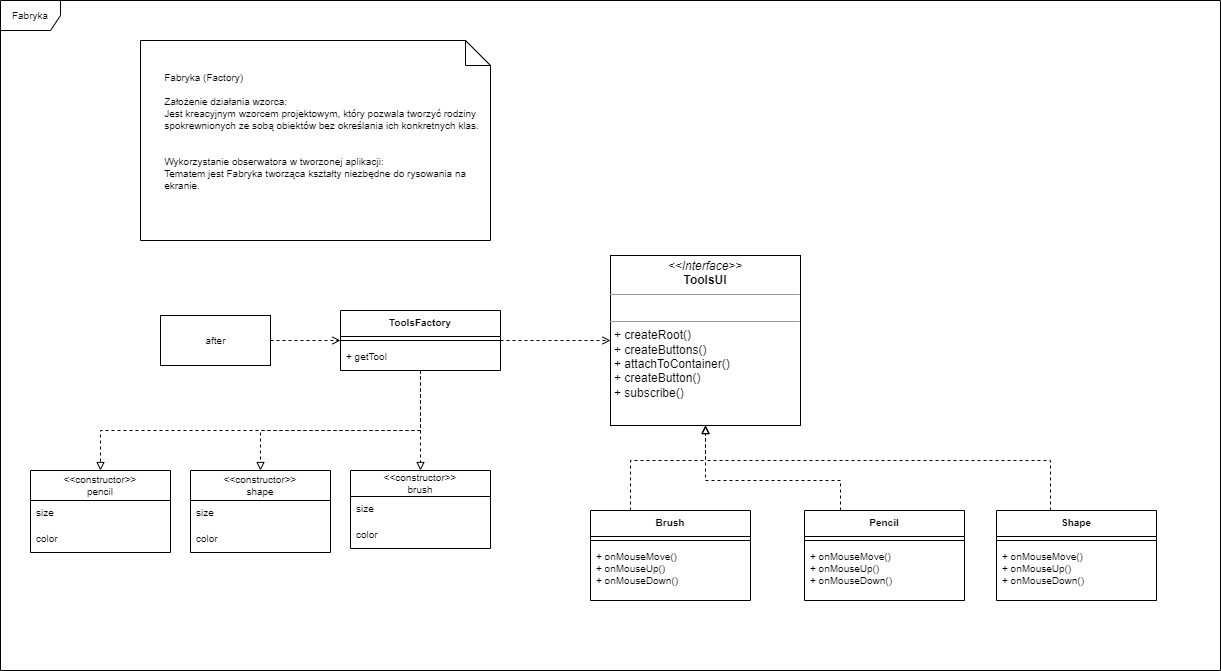
Earlier version of the draw.io export Untitled Diagram-Fabryka.drawio.png (aleksandra0291/wzorce). Source tidied: cells renumbered, new cells last; positions are measured from the earlier drawing's top-left corner, leaving out a move shared by most shapes. Its diagram source:
```xml
<mxGraphModel>
  <root>
    <mxCell id="0" />
    <mxCell id="1" parent="0" />
    <mxCell id="2" value="&lt;font style=&quot;font-size: 10px;&quot;&gt;Fabryka&lt;/font&gt;" style="shape=umlFrame;whiteSpace=wrap;html=1;" parent="1" vertex="1">
      <mxGeometry width="1220" height="670" as="geometry" />
    </mxCell>
    <mxCell id="3" value="&lt;span style=&quot;white-space: pre;&quot;&gt;&#9;&lt;/span&gt;Fabryka (Factory)&lt;br&gt;&lt;br&gt;&lt;span style=&quot;white-space: pre;&quot;&gt;&#9;&lt;/span&gt;Założenie działania wzorca:&amp;nbsp;&lt;br&gt;&lt;span style=&quot;white-space: pre;&quot;&gt;&#9;&lt;/span&gt;Jest kreacyjnym wzorcem projektowym, który pozwala tworzyć rodziny &lt;span style=&quot;white-space: pre;&quot;&gt;&#9;&lt;/span&gt;spokrewnionych ze sobą obiektów bez określania ich konkretnych klas.&amp;nbsp;&lt;br&gt;&lt;span style=&quot;white-space: pre;&quot;&gt;&#9;&lt;/span&gt;&lt;br&gt;&lt;br&gt;&lt;span style=&quot;white-space: pre;&quot;&gt;&#9;&lt;/span&gt;Wykorzystanie obserwatora w tworzonej aplikacji:&lt;br&gt;&lt;span style=&quot;white-space: pre;&quot;&gt;&#9;&lt;/span&gt;Tematem jest Fabryka tworząca kształty niezbędne do rysowania na &lt;span style=&quot;white-space: pre;&quot;&gt;&#9;&lt;/span&gt;ekranie.&amp;nbsp;" style="shape=note2;boundedLbl=1;whiteSpace=wrap;html=1;size=25;verticalAlign=top;align=left;fontSize=10;" parent="1" vertex="1">
      <mxGeometry x="140" y="40" width="350" height="200" as="geometry" />
    </mxCell>
    <mxCell id="4" style="edgeStyle=orthogonalEdgeStyle;rounded=0;jettySize=auto;html=1;dashed=1;fontSize=10;endArrow=open;endFill=0;" parent="1" edge="1" source="8" target="13">
      <mxGeometry relative="1" as="geometry" />
    </mxCell>
    <mxCell id="5" style="edgeStyle=orthogonalEdgeStyle;rounded=0;jettySize=auto;html=1;entryX=0.5;entryY=0;entryDx=0;entryDy=0;dashed=1;fontSize=10;endArrow=block;endFill=0;" parent="1" edge="1" source="8" target="29">
      <mxGeometry relative="1" as="geometry">
        <Array as="points">
          <mxPoint x="420" y="430" />
          <mxPoint x="260" y="430" />
        </Array>
      </mxGeometry>
    </mxCell>
    <mxCell id="6" style="edgeStyle=orthogonalEdgeStyle;rounded=0;jettySize=auto;html=1;dashed=1;fontSize=10;endArrow=block;endFill=0;" parent="1" edge="1" source="8" target="26">
      <mxGeometry relative="1" as="geometry" />
    </mxCell>
    <mxCell id="7" style="edgeStyle=orthogonalEdgeStyle;rounded=0;jettySize=auto;html=1;dashed=1;fontSize=10;endArrow=block;endFill=0;" parent="1" edge="1" source="8" target="32">
      <mxGeometry relative="1" as="geometry">
        <Array as="points">
          <mxPoint x="420" y="430" />
          <mxPoint x="100" y="430" />
        </Array>
      </mxGeometry>
    </mxCell>
    <mxCell id="8" value="ToolsFactory" style="swimlane;fontStyle=1;align=center;verticalAlign=top;horizontal=1;startSize=26;fontSize=10;" parent="1" vertex="1">
      <mxGeometry x="340" y="310" width="160" height="60" as="geometry" />
    </mxCell>
    <mxCell id="9" style="line;strokeWidth=1;fillColor=none;align=left;verticalAlign=middle;spacingTop=-1;spacingLeft=3;spacingRight=3;labelPosition=right;fontSize=10;" parent="8" vertex="1">
      <mxGeometry y="26" width="160" height="8" as="geometry" />
    </mxCell>
    <mxCell id="10" value="+ getTool" style="text;strokeColor=none;fillColor=none;align=left;verticalAlign=top;spacingLeft=4;spacingRight=4;overflow=hidden;fontSize=10;" parent="8" vertex="1">
      <mxGeometry y="34" width="160" height="26" as="geometry" />
    </mxCell>
    <mxCell id="11" style="edgeStyle=orthogonalEdgeStyle;rounded=0;jettySize=auto;html=1;entryX=0;entryY=0.5;entryDx=0;entryDy=0;fontSize=10;dashed=1;endArrow=open;endFill=0;" parent="1" edge="1" source="12" target="8">
      <mxGeometry relative="1" as="geometry" />
    </mxCell>
    <mxCell id="12" value="after" style="html=1;fontSize=10;" parent="1" vertex="1">
      <mxGeometry x="160" y="315" width="110" height="50" as="geometry" />
    </mxCell>
    <mxCell id="13" value="&lt;p style=&quot;margin:0px;margin-top:4px;text-align:center;&quot;&gt;&lt;i&gt;&amp;lt;&amp;lt;Interface&amp;gt;&amp;gt;&lt;/i&gt;&lt;br&gt;&lt;b&gt;ToolsUI&lt;/b&gt;&lt;/p&gt;&lt;hr size=&quot;1&quot;&gt;&lt;p style=&quot;margin:0px;margin-left:4px;&quot;&gt;&lt;br&gt;&lt;/p&gt;&lt;hr size=&quot;1&quot;&gt;&lt;p style=&quot;margin:0px;margin-left:4px;&quot;&gt;+ createRoot()&lt;br&gt;+ createButtons()&lt;/p&gt;&lt;p style=&quot;margin:0px;margin-left:4px;&quot;&gt;+ attachToContainer()&lt;/p&gt;&lt;p style=&quot;margin:0px;margin-left:4px;&quot;&gt;+ createButton()&lt;/p&gt;&lt;p style=&quot;margin:0px;margin-left:4px;&quot;&gt;+ subscribe()&lt;/p&gt;&lt;p style=&quot;margin:0px;margin-left:4px;&quot;&gt;&lt;br&gt;&lt;/p&gt;" style="verticalAlign=top;align=left;overflow=fill;fontSize=12;fontFamily=Helvetica;html=1;" parent="1" vertex="1">
      <mxGeometry x="610" y="255" width="190" height="170" as="geometry" />
    </mxCell>
    <mxCell id="14" style="edgeStyle=orthogonalEdgeStyle;rounded=0;jettySize=auto;html=1;dashed=1;fontSize=10;endArrow=block;endFill=0;" parent="1" edge="1" source="15" target="13">
      <mxGeometry relative="1" as="geometry">
        <Array as="points">
          <mxPoint x="1050" y="460" />
          <mxPoint x="705" y="460" />
        </Array>
      </mxGeometry>
    </mxCell>
    <mxCell id="15" value="Shape" style="swimlane;fontStyle=1;align=center;verticalAlign=top;horizontal=1;startSize=26;fontSize=10;" parent="1" vertex="1">
      <mxGeometry x="996" y="510" width="160" height="90" as="geometry" />
    </mxCell>
    <mxCell id="16" style="line;strokeWidth=1;fillColor=none;align=left;verticalAlign=middle;spacingTop=-1;spacingLeft=3;spacingRight=3;labelPosition=right;fontSize=10;" parent="15" vertex="1">
      <mxGeometry y="26" width="160" height="8" as="geometry" />
    </mxCell>
    <mxCell id="17" value="+ onMouseMove()&#10;+ onMouseUp()&#10;+ onMouseDown()" style="text;strokeColor=none;fillColor=none;align=left;verticalAlign=top;spacingLeft=4;spacingRight=4;overflow=hidden;fontSize=10;" parent="15" vertex="1">
      <mxGeometry y="34" width="160" height="56" as="geometry" />
    </mxCell>
    <mxCell id="18" style="edgeStyle=orthogonalEdgeStyle;rounded=0;jettySize=auto;html=1;entryX=0.5;entryY=1;entryDx=0;entryDy=0;dashed=1;fontSize=10;endArrow=block;endFill=0;" parent="1" edge="1" source="19" target="13">
      <mxGeometry relative="1" as="geometry">
        <Array as="points">
          <mxPoint x="840" y="480" />
          <mxPoint x="705" y="480" />
        </Array>
      </mxGeometry>
    </mxCell>
    <mxCell id="19" value="Pencil" style="swimlane;fontStyle=1;align=center;verticalAlign=top;horizontal=1;startSize=26;fontSize=10;" parent="1" vertex="1">
      <mxGeometry x="804" y="510" width="160" height="90" as="geometry" />
    </mxCell>
    <mxCell id="20" style="line;strokeWidth=1;fillColor=none;align=left;verticalAlign=middle;spacingTop=-1;spacingLeft=3;spacingRight=3;labelPosition=right;fontSize=10;" parent="19" vertex="1">
      <mxGeometry y="26" width="160" height="8" as="geometry" />
    </mxCell>
    <mxCell id="21" value="+ onMouseMove()&#10;+ onMouseUp()&#10;+ onMouseDown()" style="text;strokeColor=none;fillColor=none;align=left;verticalAlign=top;spacingLeft=4;spacingRight=4;overflow=hidden;fontSize=10;" parent="19" vertex="1">
      <mxGeometry y="34" width="160" height="56" as="geometry" />
    </mxCell>
    <mxCell id="22" style="edgeStyle=orthogonalEdgeStyle;rounded=0;jettySize=auto;html=1;dashed=1;fontSize=10;endArrow=block;endFill=0;" parent="1" edge="1" source="23" target="13">
      <mxGeometry relative="1" as="geometry">
        <Array as="points">
          <mxPoint x="630" y="460" />
          <mxPoint x="705" y="460" />
        </Array>
      </mxGeometry>
    </mxCell>
    <mxCell id="23" value="Brush" style="swimlane;fontStyle=1;align=center;verticalAlign=top;horizontal=1;startSize=26;fontSize=10;" parent="1" vertex="1">
      <mxGeometry x="590" y="510" width="160" height="90" as="geometry" />
    </mxCell>
    <mxCell id="24" style="line;strokeWidth=1;fillColor=none;align=left;verticalAlign=middle;spacingTop=-1;spacingLeft=3;spacingRight=3;labelPosition=right;fontSize=10;" parent="23" vertex="1">
      <mxGeometry y="26" width="160" height="8" as="geometry" />
    </mxCell>
    <mxCell id="25" value="+ onMouseMove()&#10;+ onMouseUp()&#10;+ onMouseDown()" style="text;strokeColor=none;fillColor=none;align=left;verticalAlign=top;spacingLeft=4;spacingRight=4;overflow=hidden;fontSize=10;" parent="23" vertex="1">
      <mxGeometry y="34" width="160" height="56" as="geometry" />
    </mxCell>
    <mxCell id="26" value="&lt;&lt;constructor&gt;&gt;&#10;brush" style="swimlane;fontStyle=0;horizontal=1;startSize=26;fillColor=none;fontSize=10;" parent="1" vertex="1">
      <mxGeometry x="350" y="470" width="140" height="78" as="geometry" />
    </mxCell>
    <mxCell id="27" value="size" style="text;strokeColor=none;fillColor=none;align=left;verticalAlign=top;spacingLeft=4;spacingRight=4;overflow=hidden;fontSize=10;" parent="26" vertex="1">
      <mxGeometry y="26" width="140" height="26" as="geometry" />
    </mxCell>
    <mxCell id="28" value="color" style="text;strokeColor=none;fillColor=none;align=left;verticalAlign=top;spacingLeft=4;spacingRight=4;overflow=hidden;fontSize=10;" parent="26" vertex="1">
      <mxGeometry y="52" width="140" height="26" as="geometry" />
    </mxCell>
    <mxCell id="29" value="&lt;&lt;constructor&gt;&gt;&#10;shape" style="swimlane;fontStyle=0;horizontal=1;startSize=30;fillColor=none;fontSize=10;" parent="1" vertex="1">
      <mxGeometry x="190" y="470" width="140" height="82" as="geometry" />
    </mxCell>
    <mxCell id="30" value="size" style="text;strokeColor=none;fillColor=none;align=left;verticalAlign=top;spacingLeft=4;spacingRight=4;overflow=hidden;fontSize=10;" parent="29" vertex="1">
      <mxGeometry y="30" width="140" height="26" as="geometry" />
    </mxCell>
    <mxCell id="31" value="color" style="text;strokeColor=none;fillColor=none;align=left;verticalAlign=top;spacingLeft=4;spacingRight=4;overflow=hidden;fontSize=10;" parent="29" vertex="1">
      <mxGeometry y="56" width="140" height="26" as="geometry" />
    </mxCell>
    <mxCell id="32" value="&lt;&lt;constructor&gt;&gt;&#10;pencil" style="swimlane;fontStyle=0;horizontal=1;startSize=30;fillColor=none;fontSize=10;" parent="1" vertex="1">
      <mxGeometry x="30" y="470" width="140" height="82" as="geometry" />
    </mxCell>
    <mxCell id="33" value="size" style="text;strokeColor=none;fillColor=none;align=left;verticalAlign=top;spacingLeft=4;spacingRight=4;overflow=hidden;fontSize=10;" parent="32" vertex="1">
      <mxGeometry y="30" width="140" height="26" as="geometry" />
    </mxCell>
    <mxCell id="34" value="color" style="text;strokeColor=none;fillColor=none;align=left;verticalAlign=top;spacingLeft=4;spacingRight=4;overflow=hidden;fontSize=10;" parent="32" vertex="1">
      <mxGeometry y="56" width="140" height="26" as="geometry" />
    </mxCell>
  </root>
</mxGraphModel>
```
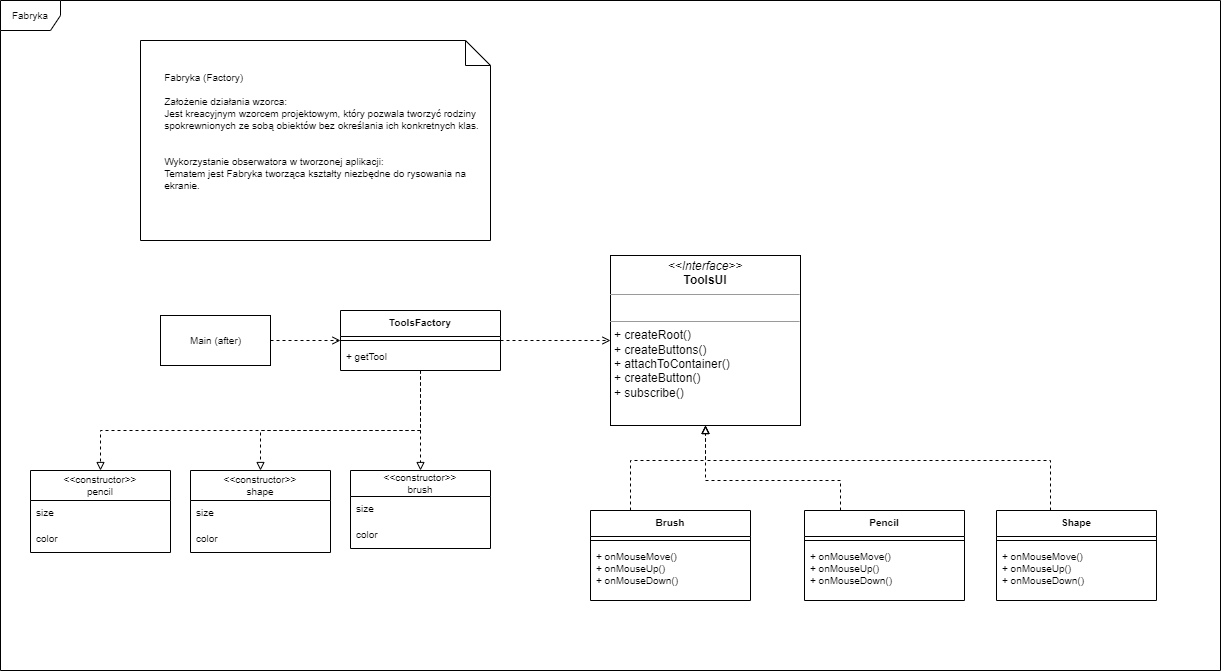
Above is the later version.

Change to the diagram source:
```diff
@@ -42,7 +42,7 @@
     <mxCell id="11" style="edgeStyle=orthogonalEdgeStyle;rounded=0;jettySize=auto;html=1;entryX=0;entryY=0.5;entryDx=0;entryDy=0;fontSize=10;dashed=1;endArrow=open;endFill=0;" parent="1" edge="1" source="12" target="8">
       <mxGeometry relative="1" as="geometry" />
     </mxCell>
-    <mxCell id="12" value="after" style="html=1;fontSize=10;" parent="1" vertex="1">
+    <mxCell id="12" value="Main (after)" style="html=1;fontSize=10;" parent="1" vertex="1">
       <mxGeometry x="160" y="315" width="110" height="50" as="geometry" />
     </mxCell>
     <mxCell id="13" value="&lt;p style=&quot;margin:0px;margin-top:4px;text-align:center;&quot;&gt;&lt;i&gt;&amp;lt;&amp;lt;Interface&amp;gt;&amp;gt;&lt;/i&gt;&lt;br&gt;&lt;b&gt;ToolsUI&lt;/b&gt;&lt;/p&gt;&lt;hr size=&quot;1&quot;&gt;&lt;p style=&quot;margin:0px;margin-left:4px;&quot;&gt;&lt;br&gt;&lt;/p&gt;&lt;hr size=&quot;1&quot;&gt;&lt;p style=&quot;margin:0px;margin-left:4px;&quot;&gt;+ createRoot()&lt;br&gt;+ createButtons()&lt;/p&gt;&lt;p style=&quot;margin:0px;margin-left:4px;&quot;&gt;+ attachToContainer()&lt;/p&gt;&lt;p style=&quot;margin:0px;margin-left:4px;&quot;&gt;+ createButton()&lt;/p&gt;&lt;p style=&quot;margin:0px;margin-left:4px;&quot;&gt;+ subscribe()&lt;/p&gt;&lt;p style=&quot;margin:0px;margin-left:4px;&quot;&gt;&lt;br&gt;&lt;/p&gt;" style="verticalAlign=top;align=left;overflow=fill;fontSize=12;fontFamily=Helvetica;html=1;" parent="1" vertex="1">
```
